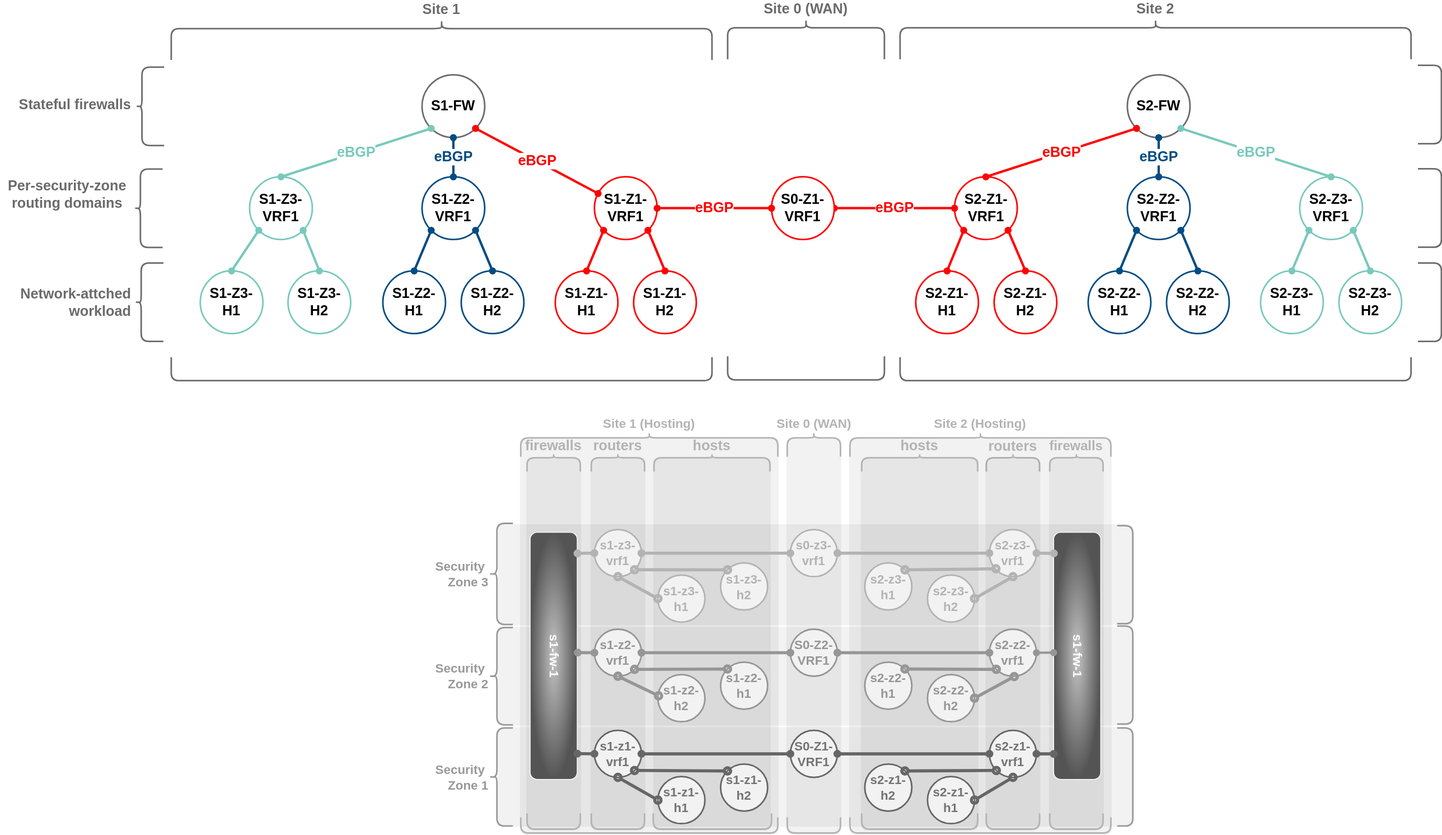
Above: pages/1/3(ecmp-symmetric)/casestudy-2-1a.drawio.svg in menckend/alpha (draw.io), before the change. Source tidied: cells renumbered, new cells last; positions are measured from the earlier drawing's top-left corner, leaving out a move shared by most shapes.
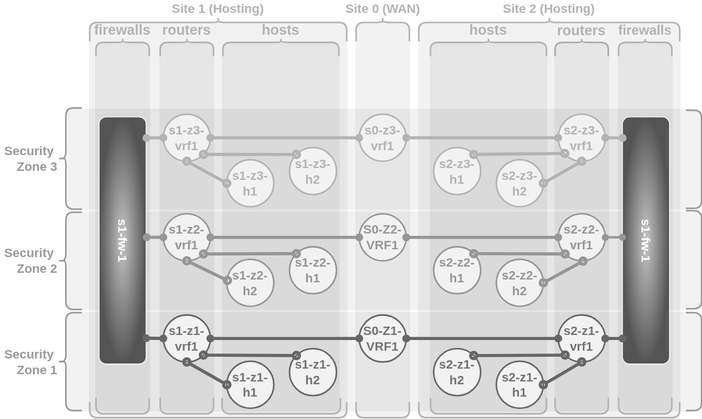
Above is the later version.

Change to the diagram source:
```diff
@@ -2,174 +2,6 @@
   <root>
     <mxCell id="0" />
     <mxCell id="1" parent="0" />
-    <mxCell id="2" value="S2-Z2-H1" style="ellipse;whiteSpace=wrap;html=1;strokeWidth=2;strokeColor=#004C82;fontSize=18;fontStyle=1;" parent="1" vertex="1">
-      <mxGeometry x="1388" y="320" width="80" height="80" as="geometry" />
-    </mxCell>
-    <mxCell id="3" value="S2-Z1-H2" style="ellipse;whiteSpace=wrap;html=1;strokeWidth=2;strokeColor=#FF0000;fontSize=18;fontStyle=1;" parent="1" vertex="1">
-      <mxGeometry x="1268" y="320" width="80" height="80" as="geometry" />
-    </mxCell>
-    <mxCell id="4" value="S2-Z2-VRF1" style="ellipse;whiteSpace=wrap;html=1;strokeWidth=2;strokeColor=#004C82;fontSize=18;fontStyle=1;" parent="1" vertex="1">
-      <mxGeometry x="1438" y="200" width="80" height="80" as="geometry" />
-    </mxCell>
-    <mxCell id="5" value="S2-Z1-VRF1" style="ellipse;whiteSpace=wrap;html=1;strokeWidth=2;strokeColor=#FF0000;fontSize=18;fontStyle=1;" parent="1" vertex="1">
-      <mxGeometry x="1217.5" y="200" width="80" height="80" as="geometry" />
-    </mxCell>
-    <mxCell id="6" value="S2-Z2-H2" style="ellipse;whiteSpace=wrap;html=1;strokeWidth=2;strokeColor=#004C82;fontSize=18;fontStyle=1;" parent="1" vertex="1">
-      <mxGeometry x="1488" y="320" width="80" height="80" as="geometry" />
-    </mxCell>
-    <mxCell id="7" value="S2-Z1-H1" style="ellipse;whiteSpace=wrap;html=1;strokeWidth=2;strokeColor=#FF0000;fontSize=18;fontStyle=1;" parent="1" vertex="1">
-      <mxGeometry x="1168" y="320" width="80" height="80" as="geometry" />
-    </mxCell>
-    <mxCell id="8" value="S2-FW" style="ellipse;whiteSpace=wrap;html=1;strokeWidth=2;strokeColor=#6B6B6B;fontSize=18;fontStyle=1;" parent="1" vertex="1">
-      <mxGeometry x="1438" y="70" width="80" height="80" as="geometry" />
-    </mxCell>
-    <mxCell id="9" value="Site 2" style="shape=curlyBracket;whiteSpace=wrap;html=1;rounded=1;labelPosition=center;verticalLabelPosition=top;align=center;verticalAlign=bottom;rotation=0;strokeWidth=2;strokeColor=#6B6B6B;size=0.2;direction=south;fontSize=18;fontColor=#6B6B6B;fontStyle=1;" parent="1" vertex="1">
-      <mxGeometry x="1148" width="652" height="50" as="geometry" />
-    </mxCell>
-    <mxCell id="10" style="shape=curlyBracket;whiteSpace=wrap;html=1;rounded=1;labelPosition=left;verticalLabelPosition=middle;align=right;verticalAlign=middle;rotation=0;strokeWidth=2;strokeColor=#6B6B6B;direction=north;size=0;fontSize=18;fontStyle=1;" parent="1" vertex="1">
-      <mxGeometry x="1148" y="430" width="652" height="30" as="geometry" />
-    </mxCell>
-    <mxCell id="11" style="endArrow=oval;startArrow=oval;html=1;strokeWidth=3;strokeColor=#004C82;startFill=1;endFill=1;fontSize=18;fontStyle=1;entryX=1;entryY=1;entryDx=0;entryDy=0;exitX=0.5;exitY=0;exitDx=0;exitDy=0;" parent="1" edge="1" source="6" target="4">
-      <mxGeometry relative="1" as="geometry" />
-    </mxCell>
-    <mxCell id="12" style="endArrow=oval;startArrow=oval;html=1;strokeWidth=3;strokeColor=#004C82;startFill=1;endFill=1;fontSize=18;fontStyle=1;exitX=0.5;exitY=0;exitDx=0;exitDy=0;entryX=0;entryY=1;entryDx=0;entryDy=0;" parent="1" edge="1" source="2" target="4">
-      <mxGeometry relative="1" as="geometry" />
-    </mxCell>
-    <mxCell id="13" value="eBGP" style="endArrow=oval;startArrow=oval;html=1;strokeWidth=3;strokeColor=#FF0000;startFill=1;endFill=1;fontSize=18;fontStyle=1;entryX=0;entryY=1;entryDx=0;entryDy=0;exitX=0.5;exitY=0;exitDx=0;exitDy=0;fontColor=#FF0000;" parent="1" edge="1" source="5" target="8">
-      <mxGeometry relative="1" as="geometry" />
-    </mxCell>
-    <mxCell id="14" style="endArrow=oval;startArrow=oval;html=1;strokeWidth=3;strokeColor=#FF0000;startFill=1;endFill=1;fontSize=18;fontStyle=1;entryX=1;entryY=1;entryDx=0;entryDy=0;exitX=0.5;exitY=0;exitDx=0;exitDy=0;" parent="1" edge="1" source="3" target="5">
-      <mxGeometry relative="1" as="geometry" />
-    </mxCell>
-    <mxCell id="15" style="endArrow=oval;startArrow=oval;html=1;strokeWidth=3;strokeColor=#FF0000;startFill=1;endFill=1;fontSize=18;fontStyle=1;exitX=0.5;exitY=0;exitDx=0;exitDy=0;entryX=0;entryY=1;entryDx=0;entryDy=0;" parent="1" edge="1" source="7" target="5">
-      <mxGeometry relative="1" as="geometry" />
-    </mxCell>
-    <mxCell id="16" value="eBGP" style="endArrow=oval;startArrow=oval;html=1;strokeWidth=3;strokeColor=#FF0000;startFill=1;endFill=1;fontSize=18;fontStyle=1;entryX=0;entryY=0.5;entryDx=0;entryDy=0;exitX=1;exitY=0.5;exitDx=0;exitDy=0;fontColor=#FF0000;" parent="1" edge="1" source="17" target="5">
-      <mxGeometry relative="1" as="geometry" />
-    </mxCell>
-    <mxCell id="17" value="S0-Z1-VRF1" style="ellipse;whiteSpace=wrap;html=1;strokeWidth=2;strokeColor=#FF0000;fontSize=18;fontStyle=1;" parent="1" vertex="1">
-      <mxGeometry x="984" y="200" width="80" height="80" as="geometry" />
-    </mxCell>
-    <mxCell id="18" value="S2-Z3-H1" style="ellipse;whiteSpace=wrap;html=1;strokeWidth=2;strokeColor=#78C9BC;fontSize=18;fontStyle=1;" parent="1" vertex="1">
-      <mxGeometry x="1608" y="320" width="80" height="80" as="geometry" />
-    </mxCell>
-    <mxCell id="19" value="S2-Z3-VRF1" style="ellipse;whiteSpace=wrap;html=1;strokeWidth=2;strokeColor=#78C9BC;fontSize=18;fontStyle=1;" parent="1" vertex="1">
-      <mxGeometry x="1658" y="200" width="80" height="80" as="geometry" />
-    </mxCell>
-    <mxCell id="20" value="S2-Z3-H2" style="ellipse;whiteSpace=wrap;html=1;strokeWidth=2;strokeColor=#78C9BC;fontSize=18;fontStyle=1;" parent="1" vertex="1">
-      <mxGeometry x="1708" y="320" width="80" height="80" as="geometry" />
-    </mxCell>
-    <mxCell id="21" value="eBGP" style="endArrow=oval;startArrow=oval;html=1;strokeWidth=3;strokeColor=#78C9BC;startFill=1;endFill=1;fontSize=18;fontStyle=1;entryX=1;entryY=1;entryDx=0;entryDy=0;exitX=0.5;exitY=0;exitDx=0;exitDy=0;fontColor=#78C9BC;" parent="1" edge="1" source="19" target="8">
-      <mxGeometry relative="1" as="geometry" />
-    </mxCell>
-    <mxCell id="22" style="endArrow=oval;startArrow=oval;html=1;strokeWidth=3;strokeColor=#78C9BC;startFill=1;endFill=1;fontSize=18;fontStyle=1;entryX=1;entryY=1;entryDx=0;entryDy=0;exitX=0.5;exitY=0;exitDx=0;exitDy=0;" parent="1" edge="1" source="20" target="19">
-      <mxGeometry relative="1" as="geometry" />
-    </mxCell>
-    <mxCell id="23" style="endArrow=oval;startArrow=oval;html=1;strokeWidth=3;strokeColor=#78C9BC;startFill=1;endFill=1;fontSize=18;fontStyle=1;exitX=0.5;exitY=0;exitDx=0;exitDy=0;entryX=0;entryY=1;entryDx=0;entryDy=0;" parent="1" edge="1" source="18" target="19">
-      <mxGeometry relative="1" as="geometry" />
-    </mxCell>
-    <mxCell id="24" value="S1-Z2-H1" style="ellipse;whiteSpace=wrap;html=1;strokeWidth=2;strokeColor=#004C82;fontSize=18;fontStyle=1;" parent="1" vertex="1">
-      <mxGeometry x="488" y="320" width="80" height="80" as="geometry" />
-    </mxCell>
-    <mxCell id="25" value="S1-Z1-H2" style="ellipse;whiteSpace=wrap;html=1;strokeWidth=2;strokeColor=#FF0000;fontSize=18;fontStyle=1;" parent="1" vertex="1">
-      <mxGeometry x="808" y="320" width="80" height="80" as="geometry" />
-    </mxCell>
-    <mxCell id="26" value="S1-Z2-VRF1" style="ellipse;whiteSpace=wrap;html=1;strokeWidth=2;strokeColor=#004C82;fontSize=18;fontStyle=1;" parent="1" vertex="1">
-      <mxGeometry x="538" y="200" width="80" height="80" as="geometry" />
-    </mxCell>
-    <mxCell id="27" value="S1-Z1-VRF1" style="ellipse;whiteSpace=wrap;html=1;strokeWidth=2;strokeColor=#FF0000;fontSize=18;fontStyle=1;" parent="1" vertex="1">
-      <mxGeometry x="758" y="200" width="80" height="80" as="geometry" />
-    </mxCell>
-    <mxCell id="28" value="S1-Z2-H2" style="ellipse;whiteSpace=wrap;html=1;strokeWidth=2;strokeColor=#004C82;fontSize=18;fontStyle=1;" parent="1" vertex="1">
-      <mxGeometry x="588" y="320" width="80" height="80" as="geometry" />
-    </mxCell>
-    <mxCell id="29" value="S1-Z1-H1" style="ellipse;whiteSpace=wrap;html=1;strokeWidth=2;strokeColor=#FF0000;fontSize=18;fontStyle=1;" parent="1" vertex="1">
-      <mxGeometry x="708" y="320" width="80" height="80" as="geometry" />
-    </mxCell>
-    <mxCell id="30" value="S1-FW" style="ellipse;whiteSpace=wrap;html=1;strokeWidth=2;strokeColor=#6B6B6B;fontSize=18;fontStyle=1;" parent="1" vertex="1">
-      <mxGeometry x="538" y="70" width="80" height="80" as="geometry" />
-    </mxCell>
-    <mxCell id="31" value="Site 1" style="shape=curlyBracket;whiteSpace=wrap;html=1;rounded=1;labelPosition=center;verticalLabelPosition=top;align=center;verticalAlign=bottom;rotation=0;strokeWidth=2;strokeColor=#6B6B6B;size=0.2;direction=south;fontSize=18;fontColor=#6B6B6B;fontStyle=1;" parent="1" vertex="1">
-      <mxGeometry x="218" y="1" width="690" height="50" as="geometry" />
-    </mxCell>
-    <mxCell id="32" style="shape=curlyBracket;whiteSpace=wrap;html=1;rounded=1;labelPosition=left;verticalLabelPosition=middle;align=right;verticalAlign=middle;rotation=0;strokeWidth=2;strokeColor=#6B6B6B;direction=north;size=0;fontSize=18;fontStyle=1;" parent="1" vertex="1">
-      <mxGeometry x="218" y="430" width="690" height="30" as="geometry" />
-    </mxCell>
-    <mxCell id="33" value="eBGP" style="endArrow=oval;startArrow=oval;html=1;strokeWidth=3;strokeColor=#004C82;startFill=1;endFill=1;fontSize=18;fontStyle=1;exitX=0.5;exitY=0;exitDx=0;exitDy=0;entryX=0.5;entryY=1;entryDx=0;entryDy=0;fontColor=#004C82;" parent="1" edge="1" source="26" target="30">
-      <mxGeometry relative="1" as="geometry" />
-    </mxCell>
-    <mxCell id="34" style="endArrow=oval;startArrow=oval;html=1;strokeWidth=3;strokeColor=#004C82;startFill=1;endFill=1;fontSize=18;fontStyle=1;entryX=1;entryY=1;entryDx=0;entryDy=0;exitX=0.5;exitY=0;exitDx=0;exitDy=0;" parent="1" edge="1" source="28" target="26">
-      <mxGeometry relative="1" as="geometry" />
-    </mxCell>
-    <mxCell id="35" style="endArrow=oval;startArrow=oval;html=1;strokeWidth=3;strokeColor=#004C82;startFill=1;endFill=1;fontSize=18;fontStyle=1;entryX=0;entryY=1;entryDx=0;entryDy=0;exitX=0.5;exitY=0;exitDx=0;exitDy=0;" parent="1" edge="1" source="24" target="26">
-      <mxGeometry relative="1" as="geometry" />
-    </mxCell>
-    <mxCell id="36" value="eBGP" style="endArrow=oval;startArrow=oval;html=1;strokeWidth=3;strokeColor=#FF0000;startFill=1;endFill=1;fontSize=18;fontStyle=1;entryX=1;entryY=1;entryDx=0;entryDy=0;fontColor=#FF0000;" parent="1" edge="1" source="27" target="30">
-      <mxGeometry relative="1" as="geometry" />
-    </mxCell>
-    <mxCell id="37" style="endArrow=oval;startArrow=oval;html=1;strokeWidth=3;strokeColor=#FF0000;startFill=1;endFill=1;fontSize=18;fontStyle=1;entryX=1;entryY=1;entryDx=0;entryDy=0;exitX=0.5;exitY=0;exitDx=0;exitDy=0;" parent="1" edge="1" source="25" target="27">
-      <mxGeometry relative="1" as="geometry" />
-    </mxCell>
-    <mxCell id="38" style="endArrow=oval;startArrow=oval;html=1;strokeWidth=3;strokeColor=#FF0000;startFill=1;endFill=1;fontSize=18;fontStyle=1;exitX=0.5;exitY=0;exitDx=0;exitDy=0;entryX=0;entryY=1;entryDx=0;entryDy=0;" parent="1" edge="1" source="29" target="27">
-      <mxGeometry relative="1" as="geometry" />
-    </mxCell>
-    <mxCell id="39" value="eBGP" style="endArrow=oval;startArrow=oval;html=1;strokeWidth=3;strokeColor=#FF0000;startFill=1;endFill=1;fontSize=18;fontStyle=1;entryX=1;entryY=0.5;entryDx=0;entryDy=0;exitX=0;exitY=0.5;exitDx=0;exitDy=0;fontColor=#FF0000;" parent="1" edge="1" source="17" target="27">
-      <mxGeometry relative="1" as="geometry" />
-    </mxCell>
-    <mxCell id="40" value="S1-Z3-H1" style="ellipse;whiteSpace=wrap;html=1;strokeWidth=2;strokeColor=#78C9BC;fontSize=18;fontStyle=1;" parent="1" vertex="1">
-      <mxGeometry x="255" y="320" width="80" height="80" as="geometry" />
-    </mxCell>
-    <mxCell id="41" value="S1-Z3-VRF1" style="ellipse;whiteSpace=wrap;html=1;strokeWidth=2;strokeColor=#78C9BC;fontSize=18;fontStyle=1;" parent="1" vertex="1">
-      <mxGeometry x="318" y="200" width="80" height="80" as="geometry" />
-    </mxCell>
-    <mxCell id="42" value="S1-Z3-H2" style="ellipse;whiteSpace=wrap;html=1;strokeWidth=2;strokeColor=#78C9BC;fontSize=18;fontStyle=1;" parent="1" vertex="1">
-      <mxGeometry x="367" y="320" width="80" height="80" as="geometry" />
-    </mxCell>
-    <mxCell id="43" value="eBGP" style="endArrow=oval;startArrow=oval;html=1;strokeWidth=3;strokeColor=#78C9BC;startFill=1;endFill=1;fontSize=18;fontStyle=1;entryX=0;entryY=1;entryDx=0;entryDy=0;exitX=0.5;exitY=0;exitDx=0;exitDy=0;fontColor=#78C9BC;" parent="1" edge="1" source="41" target="30">
-      <mxGeometry relative="1" as="geometry" />
-    </mxCell>
-    <mxCell id="44" style="endArrow=oval;startArrow=oval;html=1;strokeWidth=3;strokeColor=#78C9BC;startFill=1;endFill=1;fontSize=18;fontStyle=1;entryX=1;entryY=1;entryDx=0;entryDy=0;exitX=0.5;exitY=0;exitDx=0;exitDy=0;" parent="1" edge="1" source="42" target="41">
-      <mxGeometry relative="1" as="geometry" />
-    </mxCell>
-    <mxCell id="45" style="endArrow=oval;startArrow=oval;html=1;strokeWidth=3;strokeColor=#78C9BC;startFill=1;endFill=1;fontSize=18;fontStyle=1;entryX=0;entryY=1;entryDx=0;entryDy=0;exitX=0.5;exitY=0;exitDx=0;exitDy=0;" parent="1" edge="1" source="40" target="41">
-      <mxGeometry relative="1" as="geometry" />
-    </mxCell>
-    <mxCell id="46" style="shape=curlyBracket;whiteSpace=wrap;html=1;rounded=1;labelPosition=left;verticalLabelPosition=middle;align=right;verticalAlign=middle;rotation=0;strokeWidth=2;strokeColor=#6B6B6B;direction=north;size=0;fontSize=18;fontStyle=1;" parent="1" vertex="1">
-      <mxGeometry x="928" y="429" width="200" height="30" as="geometry" />
-    </mxCell>
-    <mxCell id="47" value="Site 0 (WAN)" style="shape=curlyBracket;whiteSpace=wrap;html=1;rounded=1;labelPosition=center;verticalLabelPosition=top;align=center;verticalAlign=bottom;rotation=0;strokeWidth=2;strokeColor=#6B6B6B;size=0.2;direction=south;fontSize=18;fontColor=#6B6B6B;fontStyle=1;" parent="1" vertex="1">
-      <mxGeometry x="928" width="200" height="50" as="geometry" />
-    </mxCell>
-    <mxCell id="48" value="eBGP" style="endArrow=oval;startArrow=oval;html=1;strokeWidth=3;strokeColor=#004C82;startFill=1;endFill=1;fontSize=18;fontStyle=1;exitX=0.5;exitY=0;exitDx=0;exitDy=0;entryX=0.5;entryY=1;entryDx=0;entryDy=0;fontColor=#004C82;" parent="1" edge="1" source="4" target="8">
-      <mxGeometry relative="1" as="geometry" />
-    </mxCell>
-    <mxCell id="49" style="shape=curlyBracket;whiteSpace=wrap;html=1;rounded=1;labelPosition=left;verticalLabelPosition=middle;align=right;verticalAlign=middle;rotation=270;strokeWidth=2;strokeColor=#6B6B6B;direction=north;size=0;fontSize=18;fontStyle=1;flipV=0;flipH=1;" parent="1" vertex="1">
-      <mxGeometry x="1773.8" y="345" width="100" height="30" as="geometry" />
-    </mxCell>
-    <mxCell id="50" style="shape=curlyBracket;whiteSpace=wrap;html=1;rounded=1;labelPosition=center;verticalLabelPosition=middle;align=right;verticalAlign=middle;rotation=0;strokeWidth=2;strokeColor=#6B6B6B;size=0.2;direction=west;fontSize=18;fontColor=#6B6B6B;fontStyle=1;flipV=0;textDirection=ltr;flipH=1;spacingRight=60;" parent="1" vertex="1">
-      <mxGeometry x="172.6" y="310" width="35.4" height="100" as="geometry" />
-    </mxCell>
-    <mxCell id="51" style="shape=curlyBracket;whiteSpace=wrap;html=1;rounded=1;labelPosition=left;verticalLabelPosition=middle;align=right;verticalAlign=middle;rotation=270;strokeWidth=2;strokeColor=#6B6B6B;direction=north;size=0;fontSize=18;fontStyle=1;" parent="1" vertex="1">
-      <mxGeometry x="1773.8" y="224.8" width="100" height="30" as="geometry" />
-    </mxCell>
-    <mxCell id="52" style="shape=curlyBracket;whiteSpace=wrap;html=1;rounded=1;labelPosition=center;verticalLabelPosition=middle;align=right;verticalAlign=middle;rotation=0;strokeWidth=2;strokeColor=#6B6B6B;size=0.2;direction=west;fontSize=18;fontColor=#6B6B6B;fontStyle=1;flipV=0;textDirection=ltr;flipH=1;spacingRight=60;" parent="1" vertex="1">
-      <mxGeometry x="171.6" y="190.1" width="35.4" height="100" as="geometry" />
-    </mxCell>
-    <mxCell id="53" value="&lt;span style=&quot;font-weight: 700; text-align: right;&quot;&gt;Per-security-zone &lt;br&gt;routing domains&lt;/span&gt;" style="text;html=1;align=center;verticalAlign=middle;strokeColor=none;fillColor=none;fontSize=18;fontColor=#6B6B6B;" parent="1" vertex="1">
-      <mxGeometry y="193.1" width="170" height="60" as="geometry" />
-    </mxCell>
-    <mxCell id="54" value="&lt;span style=&quot;font-weight: 700;&quot;&gt;Network-attched&lt;/span&gt;&lt;br style=&quot;font-weight: 700;&quot;&gt;&lt;span style=&quot;font-weight: 700;&quot;&gt;workload&lt;/span&gt;" style="text;html=1;align=right;verticalAlign=middle;strokeColor=none;fillColor=none;fontSize=18;fontColor=#6B6B6B;" parent="1" vertex="1">
-      <mxGeometry x="7.6" y="331.1" width="160" height="60" as="geometry" />
-    </mxCell>
-    <mxCell id="55" style="shape=curlyBracket;whiteSpace=wrap;html=1;rounded=1;labelPosition=left;verticalLabelPosition=middle;align=right;verticalAlign=middle;rotation=270;strokeWidth=2;strokeColor=#6B6B6B;direction=north;size=0;fontSize=18;fontStyle=1;" parent="1" vertex="1">
-      <mxGeometry x="1773.8" y="92.8" width="100" height="30" as="geometry" />
-    </mxCell>
-    <mxCell id="56" style="shape=curlyBracket;whiteSpace=wrap;html=1;rounded=1;labelPosition=center;verticalLabelPosition=middle;align=right;verticalAlign=middle;rotation=0;strokeWidth=2;strokeColor=#6B6B6B;size=0.2;direction=west;fontSize=18;fontColor=#6B6B6B;fontStyle=1;flipV=0;textDirection=ltr;flipH=1;spacingRight=60;" parent="1" vertex="1">
-      <mxGeometry x="173.6" y="60.1" width="35.4" height="100" as="geometry" />
-    </mxCell>
-    <mxCell id="57" value="&lt;div style=&quot;text-align: right;&quot;&gt;&lt;span style=&quot;background-color: initial;&quot;&gt;&lt;b&gt;Stateful firewalls&lt;/b&gt;&lt;/span&gt;&lt;/div&gt;" style="text;html=1;align=center;verticalAlign=middle;strokeColor=none;fillColor=none;fontSize=18;fontColor=#6B6B6B;" parent="1" vertex="1">
-      <mxGeometry x="10" y="88.1" width="170" height="40" as="geometry" />
-    </mxCell>
     <mxCell id="58" style="rounded=1;whiteSpace=wrap;html=1;strokeColor=none;fillColor=#000000;arcSize=7;opacity=5;" parent="1" vertex="1">
       <mxGeometry x="634" y="902" width="812" height="127" as="geometry" />
     </mxCell>
```
